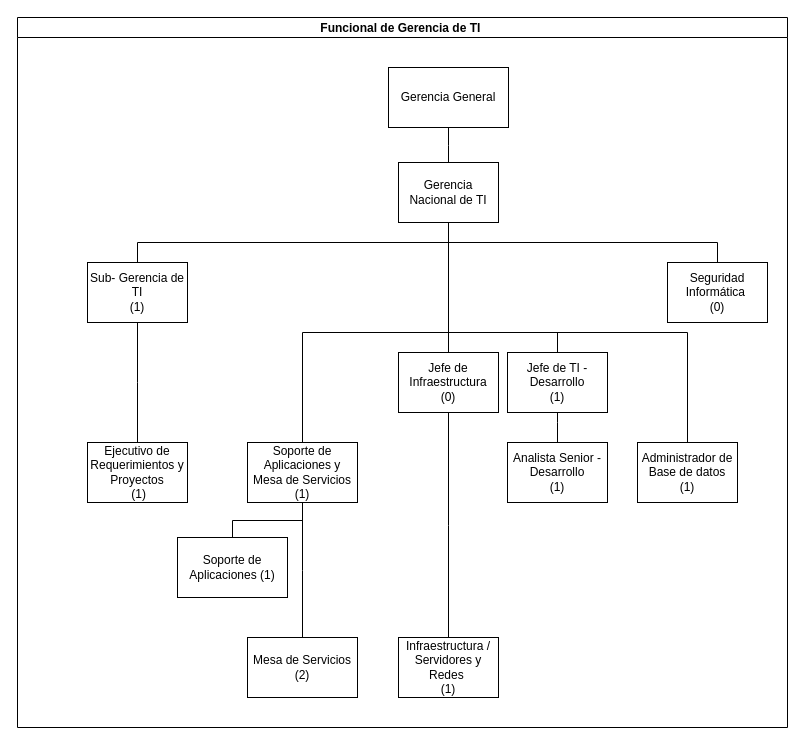
This is Untitled Diagram.drawio from pespinel01/preworkMAC, a draw.io file, before an edit. Source tidied: cells renumbered, new cells numbered last; positions are measured from the earlier drawing's top-left corner, leaving out a move shared by most shapes. Both pictures are drawn from the tidied source at 100%, with x=0, y=0 at pixel (17, 17).
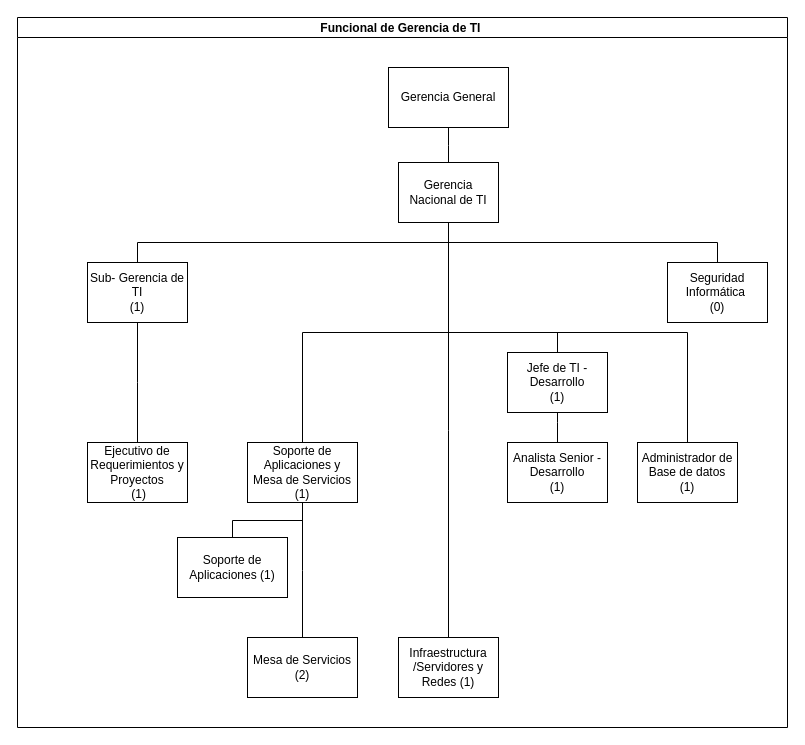
Above is the later version.

Commit message:
Sin jefe de Infraestructura y niveles

Unchanged cells that the change refers to:
```xml
<mxCell id="2" value="Funcional de Gerencia de TI " style="swimlane;startSize=20;horizontal=1;containerType=tree;newEdgeStyle={&quot;edgeStyle&quot;:&quot;elbowEdgeStyle&quot;,&quot;startArrow&quot;:&quot;none&quot;,&quot;endArrow&quot;:&quot;none&quot;};" parent="1" vertex="1">
  <mxGeometry width="770" height="710" as="geometry" />
</mxCell>
```

Diff of the diagram source:
```diff
@@
-    <mxCell id="11" value="Jefe de Infraestructura&lt;br&gt;(0)" style="whiteSpace=wrap;html=1;align=center;verticalAlign=middle;newEdgeStyle={&quot;edgeStyle&quot;:&quot;elbowEdgeStyle&quot;,&quot;startArrow&quot;:&quot;none&quot;,&quot;endArrow&quot;:&quot;none&quot;};" parent="2" vertex="1">
-      <mxGeometry x="381" y="335" width="100" height="60" as="geometry" />
+    <mxCell id="11" value="Infraestructura /Servidores y Redes (1)" style="whiteSpace=wrap;html=1;align=center;verticalAlign=middle;newEdgeStyle={&quot;edgeStyle&quot;:&quot;elbowEdgeStyle&quot;,&quot;startArrow&quot;:&quot;none&quot;,&quot;endArrow&quot;:&quot;none&quot;};" parent="2" vertex="1">
+      <mxGeometry x="381" y="620" width="100" height="60" as="geometry" />
     </mxCell>
@@
-    <mxCell id="26" style="edgeStyle=elbowEdgeStyle;elbow=vertical;startArrow=none;endArrow=none;rounded=0;" parent="2" edge="1" source="11" target="27">
-      <mxGeometry relative="1" as="geometry" />
-    </mxCell>
-    <mxCell id="27" value="Infraestructura / Servidores y Redes&amp;nbsp;&lt;br&gt;(1)" style="whiteSpace=wrap;html=1;align=center;verticalAlign=middle;newEdgeStyle={&quot;edgeStyle&quot;:&quot;elbowEdgeStyle&quot;,&quot;startArrow&quot;:&quot;none&quot;,&quot;endArrow&quot;:&quot;none&quot;};" parent="2" vertex="1">
-      <mxGeometry x="381" y="620" width="100" height="60" as="geometry" />
-    </mxCell>
```
